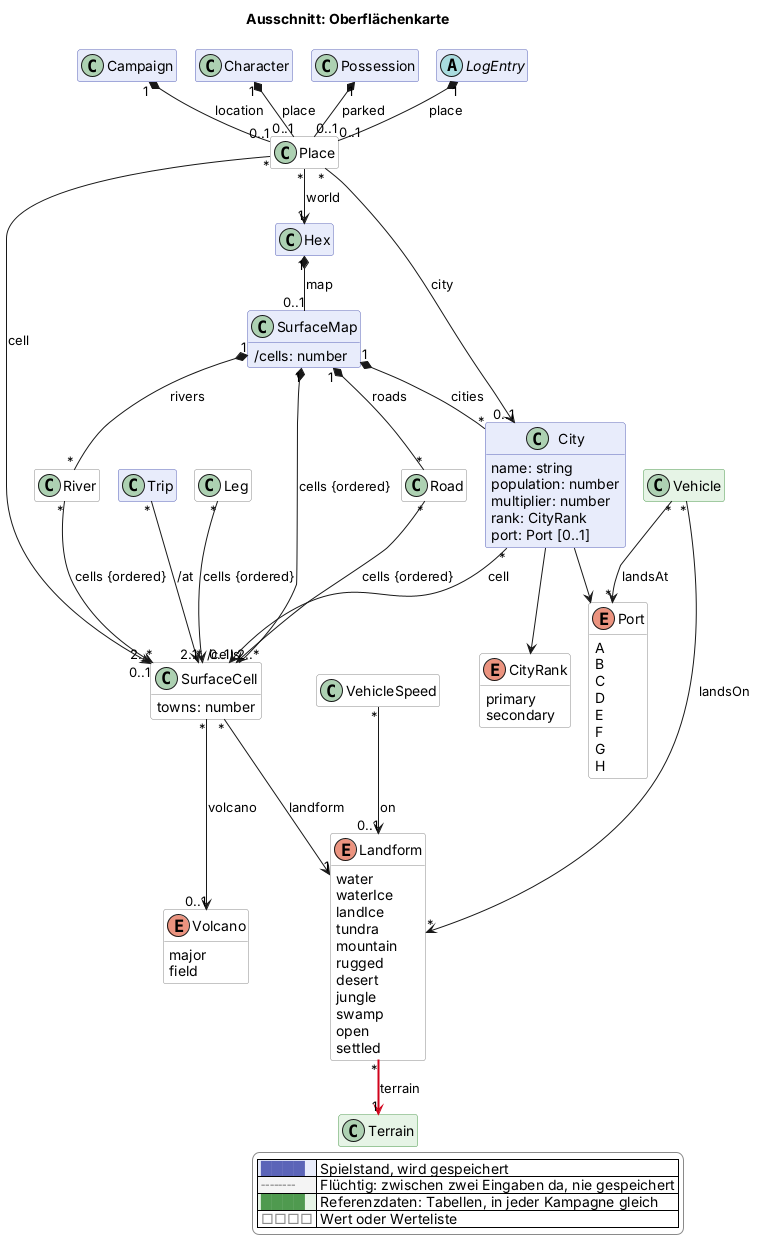
Above: docs/views/oberflaeche.png in scuzzar/SRE (PlantUML), before the change.
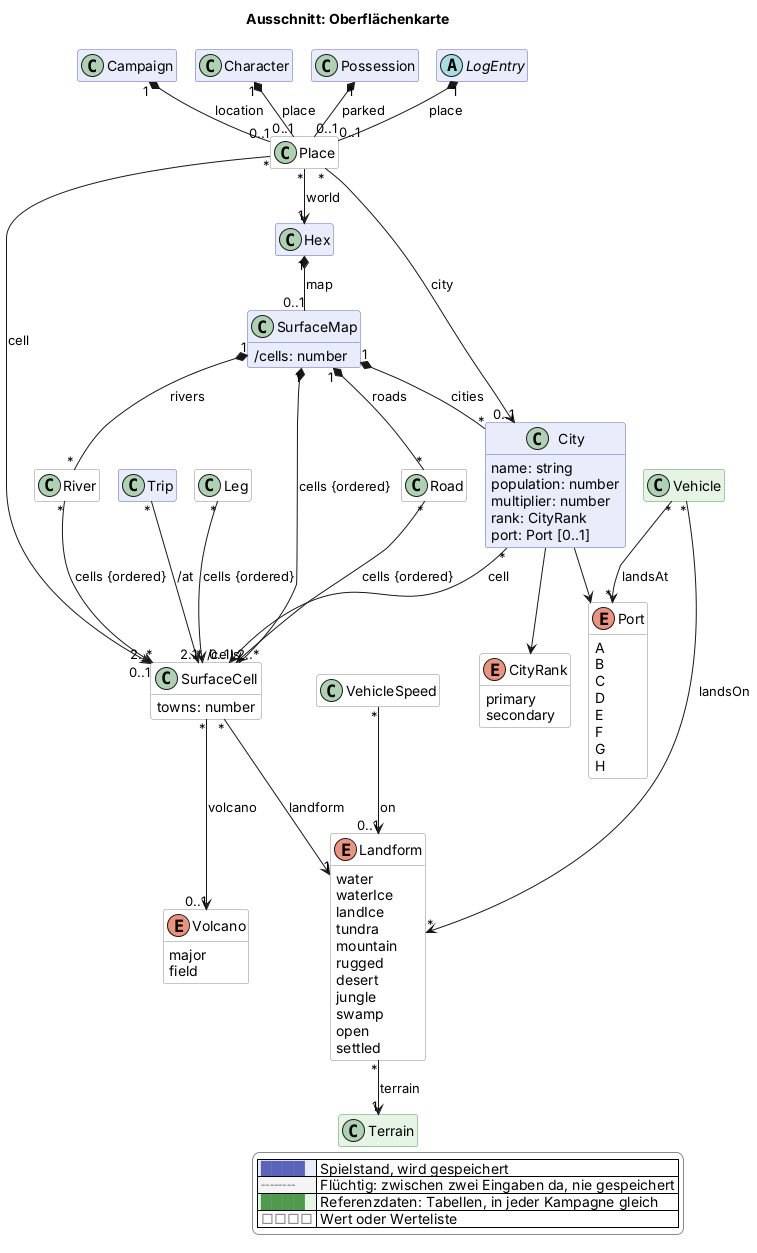
After the change.

Change to the diagram source:
```diff
@@ -167,7 +167,7 @@
 
 
 
-Landform "*" -$newArrow("2026-11-15b")-> "1" Terrain : terrain
+Landform "*" --> "1" Terrain : terrain
 
 
 
```
